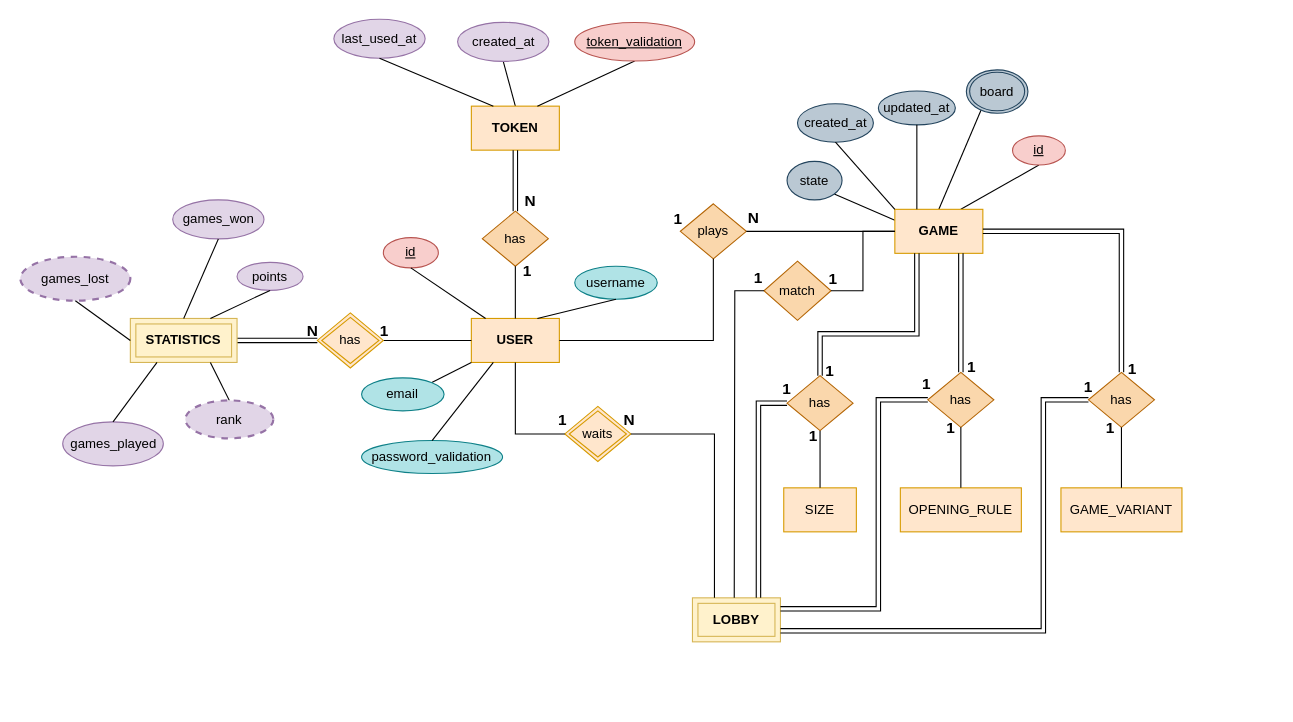
The draw.io diagram docs/diagrams/gomoku-er-diagram-blueprint.drawio in astral-projects/gomoku-web, before the edit. Source tidied: cells renumbered, new cells numbered last; positions are measured from the earlier drawing's top-left corner, leaving out a move shared by most shapes. Both pictures are drawn from the tidied source at 110%, with x=0, y=0 at pixel (20, 19).
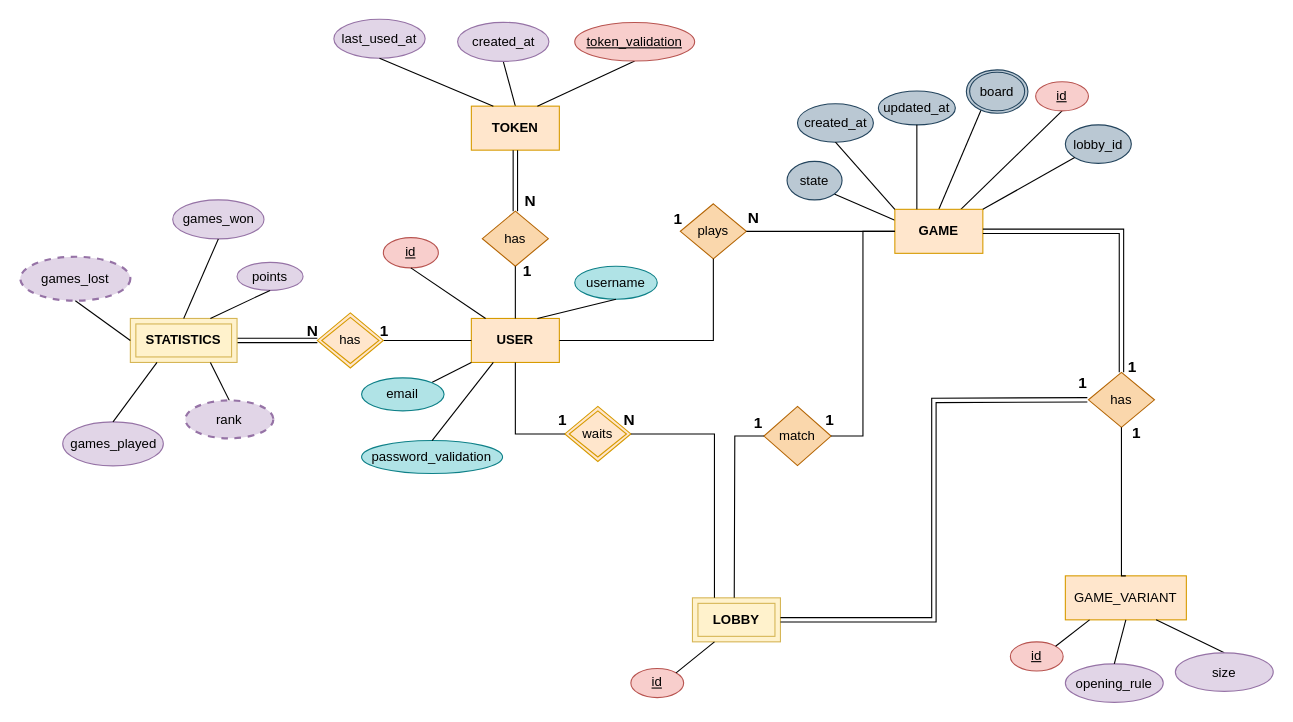
The same page after the edit.

Commit message (it also covers changes not shown here):
changed the entity relational model. Todo the changes in the schema.

The change refers to these unchanged cells:
```xml
<mxCell id="48" value="has" style="shape=rhombus;perimeter=rhombusPerimeter;whiteSpace=wrap;html=1;align=center;fillColor=#fad7ac;strokeColor=#b46504;" parent="1" vertex="1">
  <mxGeometry x="971" y="321" width="60" height="50" as="geometry" />
</mxCell>
<mxCell id="50" value="&lt;b&gt;LOBBY&lt;/b&gt;" style="shape=ext;margin=3;double=1;whiteSpace=wrap;html=1;align=center;fillColor=#fff2cc;strokeColor=#d6b656;" parent="1" vertex="1">
  <mxGeometry x="611" y="526" width="80" height="40" as="geometry" />
</mxCell>
<mxCell id="51" value="&lt;b&gt;GAME&lt;/b&gt;" style="whiteSpace=wrap;html=1;align=center;fillColor=#ffe6cc;strokeColor=#d79b00;" parent="1" vertex="1">
  <mxGeometry x="795" y="172.8" width="80" height="40" as="geometry" />
</mxCell>
```

Diff of the diagram source:
```diff
@@
     <mxCell id="8" value="id" style="ellipse;whiteSpace=wrap;html=1;align=center;fontStyle=4;fillColor=#f8cecc;strokeColor=#b85450;" parent="1" vertex="1">
-      <mxGeometry x="902" y="106" width="48" height="26.5" as="geometry" />
+      <mxGeometry x="923" y="56.8" width="48" height="26.5" as="geometry" />
     </mxCell>
@@
-    <mxCell id="46" value="SIZE" style="whiteSpace=wrap;html=1;align=center;fillColor=#ffe6cc;strokeColor=#d79b00;" parent="1" vertex="1">
-      <mxGeometry x="694" y="426" width="66" height="40" as="geometry" />
-    </mxCell>
-    <mxCell id="47" value="has" style="shape=rhombus;perimeter=rhombusPerimeter;whiteSpace=wrap;html=1;align=center;fillColor=#fad7ac;strokeColor=#b46504;" parent="1" vertex="1">
-      <mxGeometry x="697" y="324" width="60" height="50" as="geometry" />
-    </mxCell>
@@
-    <mxCell id="49" value="OPENING_RULE" style="whiteSpace=wrap;html=1;align=center;fillColor=#ffe6cc;strokeColor=#d79b00;" parent="1" vertex="1">
-      <mxGeometry x="800" y="426" width="110" height="40" as="geometry" />
-    </mxCell>
@@
     <mxCell id="54" value="match" style="shape=rhombus;perimeter=rhombusPerimeter;whiteSpace=wrap;html=1;align=center;fillColor=#fad7ac;strokeColor=#b46504;" parent="1" vertex="1">
-      <mxGeometry x="676" y="219.9" width="61" height="53.8" as="geometry" />
+      <mxGeometry x="676" y="352" width="61" height="53.8" as="geometry" />
     </mxCell>
     <mxCell id="55" value="&lt;font style=&quot;font-size: 14px;&quot;&gt;1&lt;/font&gt;" style="html=1;whiteSpace=wrap;align=right;verticalAlign=bottom;fontStyle=1;" parent="1" vertex="1">
-      <mxGeometry x="744" y="245.7" as="geometry" />
+      <mxGeometry x="741" y="374" as="geometry" />
     </mxCell>
     <mxCell id="56" value="&lt;font style=&quot;font-size: 14px;&quot;&gt;1&lt;/font&gt;" style="html=1;whiteSpace=wrap;align=right;verticalAlign=bottom;fontStyle=1;" parent="1" vertex="1">
-      <mxGeometry x="676" y="244.7" as="geometry" />
+      <mxGeometry x="676" y="377" as="geometry" />
     </mxCell>
@@
-    <mxCell id="67" value="has" style="shape=rhombus;perimeter=rhombusPerimeter;whiteSpace=wrap;html=1;align=center;fillColor=#fad7ac;strokeColor=#b46504;" parent="1" vertex="1">
-      <mxGeometry x="825" y="321" width="60" height="50" as="geometry" />
-    </mxCell>
@@
     <mxCell id="73" value="GAME_VARIANT" style="whiteSpace=wrap;html=1;align=center;fillColor=#ffe6cc;strokeColor=#d79b00;" parent="1" vertex="1">
-      <mxGeometry x="946" y="426" width="110" height="40" as="geometry" />
+      <mxGeometry x="950" y="506" width="110" height="40" as="geometry" />
     </mxCell>
-    <mxCell id="74" style="shape=link;html=1;rounded=0;exitX=0.5;exitY=0;exitDx=0;exitDy=0;entryX=0.25;entryY=1;entryDx=0;entryDy=0;edgeStyle=orthogonalEdgeStyle;" parent="1" edge="1" source="47" target="51">
-      <mxGeometry relative="1" as="geometry">
-        <Array as="points">
-          <mxPoint x="727" y="286" />
-          <mxPoint x="815" y="286" />
-        </Array>
-      </mxGeometry>
-    </mxCell>
-    <mxCell id="75" style="shape=link;html=1;rounded=0;exitX=0.5;exitY=0;exitDx=0;exitDy=0;entryX=0.75;entryY=1;entryDx=0;entryDy=0;edgeStyle=orthogonalEdgeStyle;" parent="1" edge="1" source="67" target="51">
-      <mxGeometry relative="1" as="geometry" />
-    </mxCell>
@@
-    <mxCell id="77" style="shape=link;html=1;rounded=0;exitX=0;exitY=0.5;exitDx=0;exitDy=0;entryX=0.75;entryY=0;entryDx=0;entryDy=0;edgeStyle=orthogonalEdgeStyle;" parent="1" edge="1" source="47" target="50">
-      <mxGeometry relative="1" as="geometry" />
-    </mxCell>
-    <mxCell id="78" style="shape=link;html=1;rounded=0;exitX=1;exitY=0.25;exitDx=0;exitDy=0;entryX=0;entryY=0.5;entryDx=0;entryDy=0;edgeStyle=orthogonalEdgeStyle;" parent="1" edge="1" source="50" target="67">
-      <mxGeometry relative="1" as="geometry">
-        <Array as="points">
-          <mxPoint x="780" y="536" />
-          <mxPoint x="780" y="346" />
-        </Array>
-      </mxGeometry>
-    </mxCell>
-    <mxCell id="79" style="shape=link;html=1;rounded=0;exitX=1;exitY=0.75;exitDx=0;exitDy=0;entryX=0;entryY=0.5;entryDx=0;entryDy=0;edgeStyle=orthogonalEdgeStyle;" parent="1" edge="1" source="50" target="48">
-      <mxGeometry relative="1" as="geometry">
-        <Array as="points">
-          <mxPoint x="930" y="556" />
-          <mxPoint x="930" y="346" />
-        </Array>
-      </mxGeometry>
-    </mxCell>
-    <mxCell id="80" style="endArrow=none;html=1;rounded=0;entryX=0.5;entryY=1;entryDx=0;entryDy=0;exitX=0.5;exitY=0;exitDx=0;exitDy=0;edgeStyle=orthogonalEdgeStyle;" parent="1" edge="1" source="46" target="47">
-      <mxGeometry relative="1" as="geometry" />
-    </mxCell>
-    <mxCell id="81" style="endArrow=none;html=1;rounded=0;entryX=0.5;entryY=1;entryDx=0;entryDy=0;exitX=0.5;exitY=0;exitDx=0;exitDy=0;edgeStyle=orthogonalEdgeStyle;" parent="1" edge="1" source="49" target="67">
-      <mxGeometry relative="1" as="geometry" />
-    </mxCell>
     <mxCell id="82" style="endArrow=none;html=1;rounded=0;entryX=0.5;entryY=1;entryDx=0;entryDy=0;exitX=0.5;exitY=0;exitDx=0;exitDy=0;edgeStyle=orthogonalEdgeStyle;" parent="1" edge="1" source="73" target="48">
-      <mxGeometry relative="1" as="geometry" />
+      <mxGeometry relative="1" as="geometry">
+        <Array as="points">
+          <mxPoint x="1001" y="506" />
+        </Array>
+      </mxGeometry>
     </mxCell>
-    <mxCell id="83" value="&lt;font style=&quot;font-size: 14px;&quot;&gt;1&lt;/font&gt;" style="html=1;whiteSpace=wrap;align=right;verticalAlign=bottom;fontStyle=1;" parent="1" vertex="1">
-      <mxGeometry x="749" y="255.7" as="geometry">
-        <mxPoint x="80" y="86" as="offset" />
-      </mxGeometry>
-    </mxCell>
-    <mxCell id="84" value="&lt;font style=&quot;font-size: 14px;&quot;&gt;1&lt;/font&gt;" style="html=1;whiteSpace=wrap;align=right;verticalAlign=bottom;fontStyle=1;" parent="1" vertex="1">
-      <mxGeometry x="722" y="307" as="geometry">
-        <mxPoint x="129" y="75" as="offset" />
-      </mxGeometry>
-    </mxCell>
-    <mxCell id="85" value="&lt;font style=&quot;font-size: 14px;&quot;&gt;1&lt;/font&gt;" style="html=1;whiteSpace=wrap;align=right;verticalAlign=bottom;fontStyle=1;" parent="1" vertex="1">
-      <mxGeometry x="741" y="330" as="geometry" />
-    </mxCell>
-    <mxCell id="86" value="&lt;font style=&quot;font-size: 14px;&quot;&gt;1&lt;/font&gt;" style="html=1;whiteSpace=wrap;align=right;verticalAlign=bottom;fontStyle=1;" parent="1" vertex="1">
-      <mxGeometry x="622" y="259.9" as="geometry">
-        <mxPoint x="80" y="86" as="offset" />
-      </mxGeometry>
-    </mxCell>
-    <mxCell id="87" value="&lt;font style=&quot;font-size: 14px;&quot;&gt;1&lt;/font&gt;" style="html=1;whiteSpace=wrap;align=right;verticalAlign=bottom;fontStyle=1;" parent="1" vertex="1">
-      <mxGeometry x="646" y="303" as="geometry">
-        <mxPoint x="80" y="86" as="offset" />
-      </mxGeometry>
-    </mxCell>
-    <mxCell id="88" value="&lt;font style=&quot;font-size: 14px;&quot;&gt;1&lt;/font&gt;" style="html=1;whiteSpace=wrap;align=right;verticalAlign=bottom;fontStyle=1;" parent="1" vertex="1">
-      <mxGeometry x="790" y="239.5" as="geometry">
-        <mxPoint x="80" y="86" as="offset" />
-      </mxGeometry>
-    </mxCell>
-    <mxCell id="89" value="&lt;font style=&quot;font-size: 14px;&quot;&gt;1&lt;/font&gt;" style="html=1;whiteSpace=wrap;align=right;verticalAlign=bottom;fontStyle=1;" parent="1" vertex="1">
-      <mxGeometry x="976" y="344" as="geometry" />
-    </mxCell>
-    <mxCell id="90" value="&lt;font style=&quot;font-size: 14px;&quot;&gt;1&lt;/font&gt;" style="html=1;whiteSpace=wrap;align=right;verticalAlign=bottom;fontStyle=1;" parent="1" vertex="1">
-      <mxGeometry x="936" y="241.5" as="geometry">
+    <mxCell id="90" value="&lt;span style=&quot;font-size: 14px;&quot;&gt;1&lt;/span&gt;" style="html=1;whiteSpace=wrap;align=right;verticalAlign=bottom;fontStyle=1;" parent="1" vertex="1">
+      <mxGeometry x="936" y="239.5" as="geometry">
         <mxPoint x="80" y="86" as="offset" />
       </mxGeometry>
     </mxCell>
     <mxCell id="91" value="&lt;font style=&quot;font-size: 14px;&quot;&gt;1&lt;/font&gt;" style="html=1;whiteSpace=wrap;align=right;verticalAlign=bottom;fontStyle=1;" parent="1" vertex="1">
-      <mxGeometry x="996" y="382" as="geometry" />
+      <mxGeometry x="1020" y="386" as="geometry" />
     </mxCell>
+    <mxCell id="92" value="opening_rule" style="ellipse;whiteSpace=wrap;html=1;align=center;fillColor=#e1d5e7;strokeColor=#9673a6;" parent="1" vertex="1">
+      <mxGeometry x="950" y="586" width="89" height="35" as="geometry" />
+    </mxCell>
+    <mxCell id="93" style="endArrow=none;html=1;rounded=0;exitX=0.5;exitY=0;exitDx=0;exitDy=0;entryX=0.5;entryY=1;entryDx=0;entryDy=0;" parent="1" edge="1" source="92" target="73">
+      <mxGeometry relative="1" as="geometry" />
+    </mxCell>
+    <mxCell id="94" style="endArrow=none;html=1;rounded=0;entryX=0.75;entryY=1;entryDx=0;entryDy=0;exitX=0.5;exitY=0;exitDx=0;exitDy=0;" parent="1" edge="1" source="95" target="73">
+      <mxGeometry relative="1" as="geometry" />
+    </mxCell>
+    <mxCell id="95" value="size" style="ellipse;whiteSpace=wrap;html=1;align=center;fillColor=#e1d5e7;strokeColor=#9673a6;" parent="1" vertex="1">
+      <mxGeometry x="1050" y="576" width="89" height="35" as="geometry" />
+    </mxCell>
+    <mxCell id="96" value="&lt;font style=&quot;font-size: 14px;&quot;&gt;1&lt;/font&gt;" style="html=1;whiteSpace=wrap;align=right;verticalAlign=bottom;fontStyle=1;" parent="1" vertex="1">
+      <mxGeometry x="971" y="341" as="geometry" />
+    </mxCell>
+    <mxCell id="97" style="shape=link;html=1;rounded=0;entryX=1;entryY=0.5;entryDx=0;entryDy=0;edgeStyle=orthogonalEdgeStyle;" parent="1" edge="1" target="50">
+      <mxGeometry relative="1" as="geometry">
+        <mxPoint x="970" y="346" as="sourcePoint" />
+      </mxGeometry>
+    </mxCell>
+    <mxCell id="98" value="id" style="ellipse;whiteSpace=wrap;html=1;align=center;fontStyle=4;fillColor=#f8cecc;strokeColor=#b85450;" parent="1" vertex="1">
+      <mxGeometry x="900" y="566" width="48" height="26.5" as="geometry" />
+    </mxCell>
+    <mxCell id="99" style="endArrow=none;html=1;rounded=0;exitX=1;exitY=0;exitDx=0;exitDy=0;entryX=0.2;entryY=1;entryDx=0;entryDy=0;entryPerimeter=0;" parent="1" edge="1" source="98" target="73">
+      <mxGeometry relative="1" as="geometry" />
+    </mxCell>
+    <mxCell id="100" value="id" style="ellipse;whiteSpace=wrap;html=1;align=center;fontStyle=4;fillColor=#f8cecc;strokeColor=#b85450;" parent="1" vertex="1">
+      <mxGeometry x="555" y="590.2" width="48" height="26.5" as="geometry" />
+    </mxCell>
+    <mxCell id="101" style="endArrow=none;html=1;rounded=0;exitX=0.25;exitY=1;exitDx=0;exitDy=0;entryX=1;entryY=0;entryDx=0;entryDy=0;" parent="1" edge="1" source="50" target="100">
+      <mxGeometry relative="1" as="geometry" />
+    </mxCell>
+    <mxCell id="102" value="lobby_id" style="ellipse;whiteSpace=wrap;html=1;align=center;fillColor=#bac8d3;strokeColor=#23445d;" parent="1" vertex="1">
+      <mxGeometry x="950" y="96" width="60" height="35" as="geometry" />
+    </mxCell>
+    <mxCell id="103" style="endArrow=none;html=1;rounded=0;exitX=1;exitY=0;exitDx=0;exitDy=0;entryX=0;entryY=1;entryDx=0;entryDy=0;" parent="1" edge="1" source="51" target="102">
+      <mxGeometry relative="1" as="geometry" />
+    </mxCell>
```
